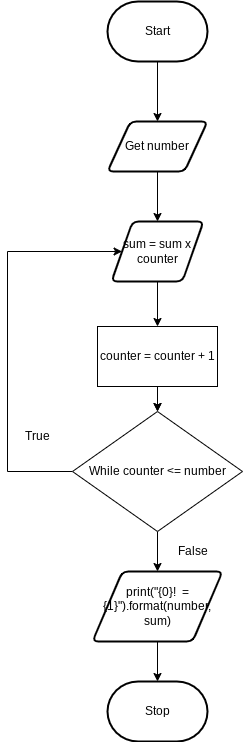
This is flowchart.png from michael-clermont1/ICS3U-Unit4-02-Python, a draw.io export, as it was before one commit. Source tidied: cells renumbered, new cells last; positions are measured from the earlier drawing's top-left corner, leaving out a move shared by most shapes. The source it was exported from:
```xml
<mxGraphModel>
  <root>
    <mxCell id="0" />
    <mxCell id="1" parent="0" />
    <mxCell id="2" style="edgeStyle=none;html=1;entryX=0.5;entryY=0;entryDx=0;entryDy=0;" parent="1" edge="1" source="3" target="8">
      <mxGeometry relative="1" as="geometry" />
    </mxCell>
    <mxCell id="3" value="Get number" style="shape=parallelogram;html=1;strokeWidth=2;perimeter=parallelogramPerimeter;whiteSpace=wrap;rounded=1;arcSize=12;size=0.23;" parent="1" vertex="1">
      <mxGeometry x="100" y="120" width="100" height="50" as="geometry" />
    </mxCell>
    <mxCell id="4" style="edgeStyle=orthogonalEdgeStyle;rounded=0;html=1;entryX=0.5;entryY=0;entryDx=0;entryDy=0;" parent="1" edge="1" source="5" target="3">
      <mxGeometry relative="1" as="geometry" />
    </mxCell>
    <mxCell id="5" value="Start" style="strokeWidth=2;html=1;shape=mxgraph.flowchart.terminator;whiteSpace=wrap;" parent="1" vertex="1">
      <mxGeometry x="100" width="100" height="60" as="geometry" />
    </mxCell>
    <mxCell id="6" value="Stop" style="strokeWidth=2;html=1;shape=mxgraph.flowchart.terminator;whiteSpace=wrap;" parent="1" vertex="1">
      <mxGeometry x="100" y="680" width="100" height="60" as="geometry" />
    </mxCell>
    <mxCell id="7" style="edgeStyle=none;html=1;entryX=0.5;entryY=0;entryDx=0;entryDy=0;" parent="1" edge="1" source="8" target="16">
      <mxGeometry relative="1" as="geometry" />
    </mxCell>
    <mxCell id="8" value="sum = sum x counter" style="shape=parallelogram;html=1;strokeWidth=2;perimeter=parallelogramPerimeter;whiteSpace=wrap;rounded=1;arcSize=12;size=0.23;" parent="1" vertex="1">
      <mxGeometry x="104" y="220" width="92" height="60" as="geometry" />
    </mxCell>
    <mxCell id="9" style="edgeStyle=orthogonalEdgeStyle;rounded=0;html=1;entryX=0;entryY=0.5;entryDx=0;entryDy=0;" parent="1" edge="1" source="11" target="8">
      <mxGeometry relative="1" as="geometry">
        <Array as="points">
          <mxPoint y="470" />
          <mxPoint y="250" />
        </Array>
      </mxGeometry>
    </mxCell>
    <mxCell id="10" style="edgeStyle=orthogonalEdgeStyle;rounded=0;html=1;entryX=0.5;entryY=0;entryDx=0;entryDy=0;" parent="1" edge="1" source="11" target="18">
      <mxGeometry relative="1" as="geometry" />
    </mxCell>
    <mxCell id="11" value="While counter &amp;lt;= number" style="rhombus;whiteSpace=wrap;html=1;" parent="1" vertex="1">
      <mxGeometry x="65" y="410" width="170" height="120" as="geometry" />
    </mxCell>
    <mxCell id="12" value="False" style="text;html=1;align=center;verticalAlign=middle;fillColor=none;strokeColor=none;rounded=0;" parent="1" vertex="1">
      <mxGeometry x="160" y="540" width="50" height="20" as="geometry" />
    </mxCell>
    <mxCell id="13" value="True" style="text;html=1;align=center;verticalAlign=middle;fillColor=none;strokeColor=none;rounded=0;" parent="1" vertex="1">
      <mxGeometry x="10" y="425" width="40" height="20" as="geometry" />
    </mxCell>
    <mxCell id="14" style="edgeStyle=none;html=1;entryX=0.5;entryY=0;entryDx=0;entryDy=0;" parent="1" edge="1" source="16" target="11">
      <mxGeometry relative="1" as="geometry" />
    </mxCell>
    <mxCell id="15" style="edgeStyle=orthogonalEdgeStyle;rounded=0;html=1;" parent="1" edge="1" source="16" target="11">
      <mxGeometry relative="1" as="geometry" />
    </mxCell>
    <mxCell id="16" value="counter = counter + 1" style="rounded=0;whiteSpace=wrap;html=1;" parent="1" vertex="1">
      <mxGeometry x="90" y="325" width="120" height="60" as="geometry" />
    </mxCell>
    <mxCell id="17" style="edgeStyle=orthogonalEdgeStyle;rounded=0;html=1;entryX=0.5;entryY=0;entryDx=0;entryDy=0;entryPerimeter=0;" parent="1" edge="1" source="18" target="6">
      <mxGeometry relative="1" as="geometry" />
    </mxCell>
    <mxCell id="18" value="print(&quot;{0}!&amp;nbsp; = {1}&quot;).format(number, sum)" style="shape=parallelogram;html=1;strokeWidth=2;perimeter=parallelogramPerimeter;whiteSpace=wrap;rounded=1;arcSize=12;size=0.23;" parent="1" vertex="1">
      <mxGeometry x="85" y="570" width="130" height="70" as="geometry" />
    </mxCell>
  </root>
</mxGraphModel>
```
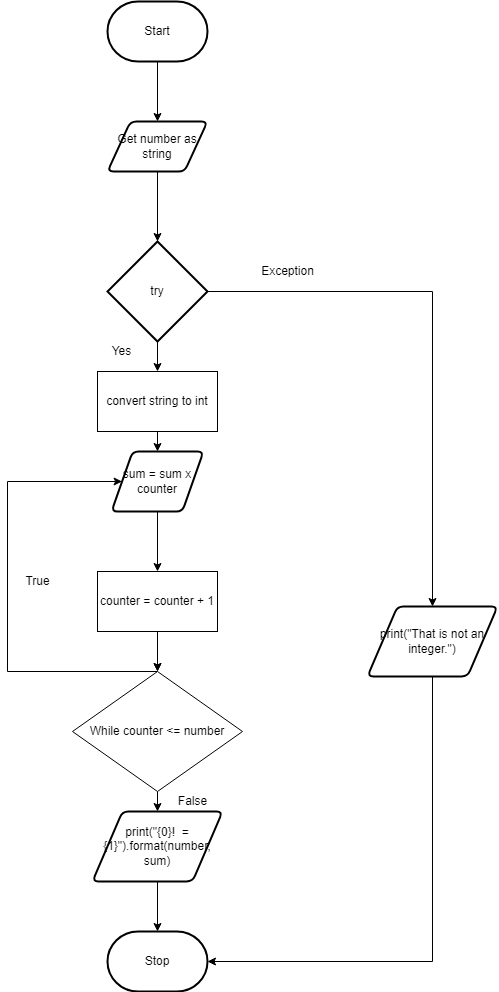
The same file after the commit.

What changed in the source:
```diff
@@ -2,32 +2,32 @@
   <root>
     <mxCell id="0" />
     <mxCell id="1" parent="0" />
-    <mxCell id="2" style="edgeStyle=none;html=1;entryX=0.5;entryY=0;entryDx=0;entryDy=0;" parent="1" edge="1" source="3" target="8">
-      <mxGeometry relative="1" as="geometry" />
-    </mxCell>
+    <mxCell id="19" style="edgeStyle=orthogonalEdgeStyle;rounded=0;html=1;entryX=0.5;entryY=0;entryDx=0;entryDy=0;entryPerimeter=0;" parent="1" edge="1" source="3" target="22">
+      <mxGeometry relative="1" as="geometry" />
+    </mxCell>
-    <mxCell id="3" value="Get number" style="shape=parallelogram;html=1;strokeWidth=2;perimeter=parallelogramPerimeter;whiteSpace=wrap;rounded=1;arcSize=12;size=0.23;" parent="1" vertex="1">
-      <mxGeometry x="100" y="120" width="100" height="50" as="geometry" />
+    <mxCell id="3" value="Get number as string" style="shape=parallelogram;html=1;strokeWidth=2;perimeter=parallelogramPerimeter;whiteSpace=wrap;rounded=1;arcSize=12;size=0.23;" parent="1" vertex="1">
+      <mxGeometry x="100" y="-50" width="100" height="50" as="geometry" />
     </mxCell>
     <mxCell id="4" style="edgeStyle=orthogonalEdgeStyle;rounded=0;html=1;entryX=0.5;entryY=0;entryDx=0;entryDy=0;" parent="1" edge="1" source="5" target="3">
       <mxGeometry relative="1" as="geometry" />
     </mxCell>
     <mxCell id="5" value="Start" style="strokeWidth=2;html=1;shape=mxgraph.flowchart.terminator;whiteSpace=wrap;" parent="1" vertex="1">
-      <mxGeometry x="100" width="100" height="60" as="geometry" />
+      <mxGeometry x="100" y="-170" width="100" height="60" as="geometry" />
     </mxCell>
     <mxCell id="6" value="Stop" style="strokeWidth=2;html=1;shape=mxgraph.flowchart.terminator;whiteSpace=wrap;" parent="1" vertex="1">
-      <mxGeometry x="100" y="680" width="100" height="60" as="geometry" />
+      <mxGeometry x="100" y="760" width="100" height="60" as="geometry" />
     </mxCell>
     <mxCell id="7" style="edgeStyle=none;html=1;entryX=0.5;entryY=0;entryDx=0;entryDy=0;" parent="1" edge="1" source="8" target="16">
       <mxGeometry relative="1" as="geometry" />
     </mxCell>
     <mxCell id="8" value="sum = sum x counter" style="shape=parallelogram;html=1;strokeWidth=2;perimeter=parallelogramPerimeter;whiteSpace=wrap;rounded=1;arcSize=12;size=0.23;" parent="1" vertex="1">
-      <mxGeometry x="104" y="220" width="92" height="60" as="geometry" />
+      <mxGeometry x="104" y="280" width="92" height="60" as="geometry" />
     </mxCell>
     <mxCell id="9" style="edgeStyle=orthogonalEdgeStyle;rounded=0;html=1;entryX=0;entryY=0.5;entryDx=0;entryDy=0;" parent="1" edge="1" source="11" target="8">
       <mxGeometry relative="1" as="geometry">
         <Array as="points">
-          <mxPoint y="470" />
-          <mxPoint y="250" />
+          <mxPoint y="500" />
+          <mxPoint y="310" />
         </Array>
       </mxGeometry>
     </mxCell>
@@ -35,13 +35,13 @@
       <mxGeometry relative="1" as="geometry" />
     </mxCell>
     <mxCell id="11" value="While counter &amp;lt;= number" style="rhombus;whiteSpace=wrap;html=1;" parent="1" vertex="1">
-      <mxGeometry x="65" y="410" width="170" height="120" as="geometry" />
+      <mxGeometry x="65" y="500" width="170" height="120" as="geometry" />
     </mxCell>
     <mxCell id="12" value="False" style="text;html=1;align=center;verticalAlign=middle;fillColor=none;strokeColor=none;rounded=0;" parent="1" vertex="1">
-      <mxGeometry x="160" y="540" width="50" height="20" as="geometry" />
+      <mxGeometry x="160" y="620" width="50" height="20" as="geometry" />
     </mxCell>
     <mxCell id="13" value="True" style="text;html=1;align=center;verticalAlign=middle;fillColor=none;strokeColor=none;rounded=0;" parent="1" vertex="1">
-      <mxGeometry x="10" y="425" width="40" height="20" as="geometry" />
+      <mxGeometry x="10" y="400" width="40" height="20" as="geometry" />
     </mxCell>
     <mxCell id="14" style="edgeStyle=none;html=1;entryX=0.5;entryY=0;entryDx=0;entryDy=0;" parent="1" edge="1" source="16" target="11">
       <mxGeometry relative="1" as="geometry" />
@@ -50,13 +50,44 @@
       <mxGeometry relative="1" as="geometry" />
     </mxCell>
     <mxCell id="16" value="counter = counter + 1" style="rounded=0;whiteSpace=wrap;html=1;" parent="1" vertex="1">
-      <mxGeometry x="90" y="325" width="120" height="60" as="geometry" />
+      <mxGeometry x="90" y="400" width="120" height="60" as="geometry" />
     </mxCell>
     <mxCell id="17" style="edgeStyle=orthogonalEdgeStyle;rounded=0;html=1;entryX=0.5;entryY=0;entryDx=0;entryDy=0;entryPerimeter=0;" parent="1" edge="1" source="18" target="6">
       <mxGeometry relative="1" as="geometry" />
     </mxCell>
     <mxCell id="18" value="print(&quot;{0}!&amp;nbsp; = {1}&quot;).format(number, sum)" style="shape=parallelogram;html=1;strokeWidth=2;perimeter=parallelogramPerimeter;whiteSpace=wrap;rounded=1;arcSize=12;size=0.23;" parent="1" vertex="1">
-      <mxGeometry x="85" y="570" width="130" height="70" as="geometry" />
+      <mxGeometry x="85" y="640" width="130" height="70" as="geometry" />
     </mxCell>
+    <mxCell id="20" style="edgeStyle=orthogonalEdgeStyle;html=1;entryX=0.5;entryY=0;entryDx=0;entryDy=0;rounded=0;" parent="1" edge="1" source="22" target="25">
+      <mxGeometry relative="1" as="geometry" />
+    </mxCell>
+    <mxCell id="21" style="edgeStyle=orthogonalEdgeStyle;rounded=0;html=1;entryX=0.5;entryY=0;entryDx=0;entryDy=0;" parent="1" edge="1" source="22" target="28">
+      <mxGeometry relative="1" as="geometry" />
+    </mxCell>
+    <mxCell id="22" value="try" style="strokeWidth=2;html=1;shape=mxgraph.flowchart.decision;whiteSpace=wrap;" parent="1" vertex="1">
+      <mxGeometry x="100" y="70" width="100" height="100" as="geometry" />
+    </mxCell>
+    <mxCell id="23" value="Yes" style="text;html=1;align=center;verticalAlign=middle;fillColor=none;strokeColor=none;rounded=0;" parent="1" vertex="1">
+      <mxGeometry x="94" y="170" width="40" height="20" as="geometry" />
+    </mxCell>
+    <mxCell id="24" style="edgeStyle=orthogonalEdgeStyle;rounded=0;html=1;entryX=1;entryY=0.5;entryDx=0;entryDy=0;entryPerimeter=0;" parent="1" edge="1" source="25" target="6">
+      <mxGeometry relative="1" as="geometry">
+        <Array as="points">
+          <mxPoint x="425" y="790" />
+        </Array>
+      </mxGeometry>
+    </mxCell>
+    <mxCell id="25" value="print(&quot;That is not an integer.&quot;)" style="shape=parallelogram;html=1;strokeWidth=2;perimeter=parallelogramPerimeter;whiteSpace=wrap;rounded=1;arcSize=12;size=0.23;" parent="1" vertex="1">
+      <mxGeometry x="360" y="435" width="130" height="70" as="geometry" />
+    </mxCell>
+    <mxCell id="26" value="Exception" style="text;html=1;align=center;verticalAlign=middle;fillColor=none;strokeColor=none;rounded=0;" parent="1" vertex="1">
+      <mxGeometry x="245" y="90" width="70" height="20" as="geometry" />
+    </mxCell>
+    <mxCell id="27" style="edgeStyle=orthogonalEdgeStyle;rounded=0;html=1;entryX=0.5;entryY=0;entryDx=0;entryDy=0;" parent="1" edge="1" source="28" target="8">
+      <mxGeometry relative="1" as="geometry" />
+    </mxCell>
+    <mxCell id="28" value="convert string to int" style="rounded=0;whiteSpace=wrap;html=1;" parent="1" vertex="1">
+      <mxGeometry x="90" y="200" width="120" height="60" as="geometry" />
+    </mxCell>
   </root>
 </mxGraphModel>
```
